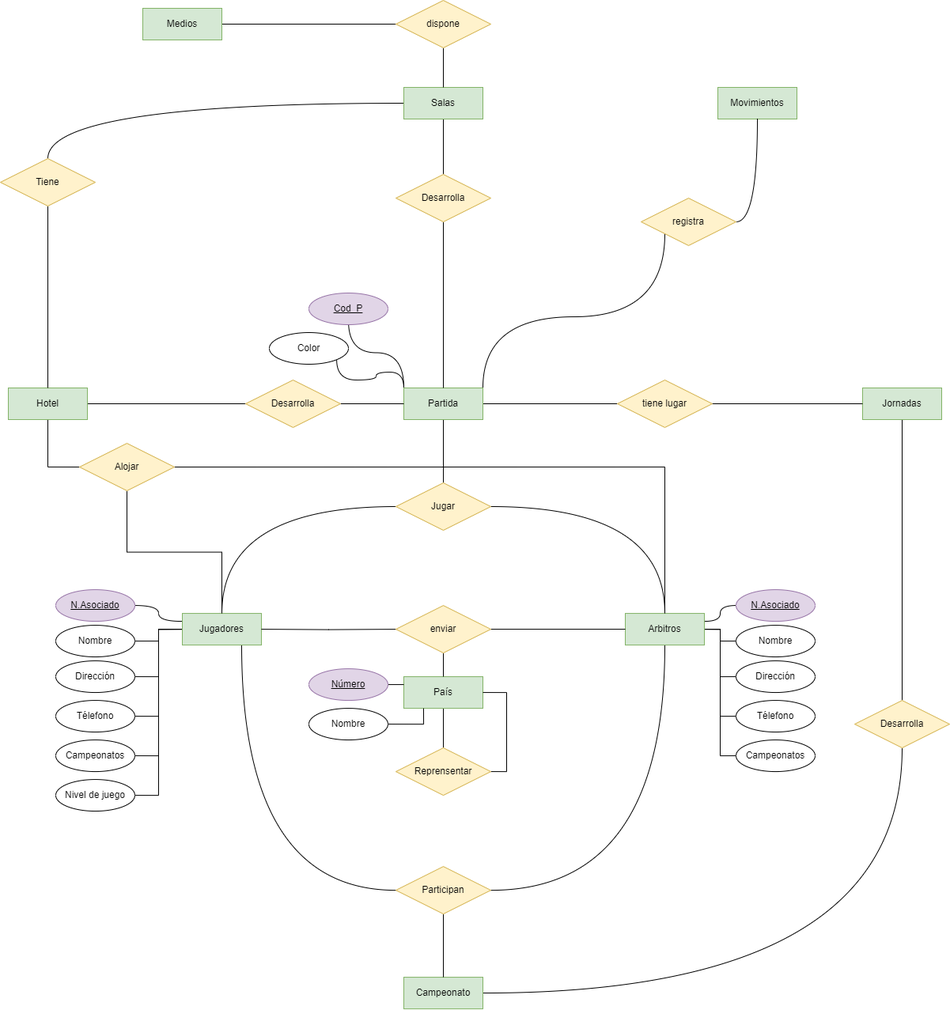
Earlier version of the draw.io export Unidad-1/Tareas/Tarea-evaluable2/tarea_evaluable2.drawio.png (jdrguez/2-Daw). Source tidied: cells renumbered, new cells last; positions are measured from the earlier drawing's top-left corner, leaving out a move shared by most shapes.
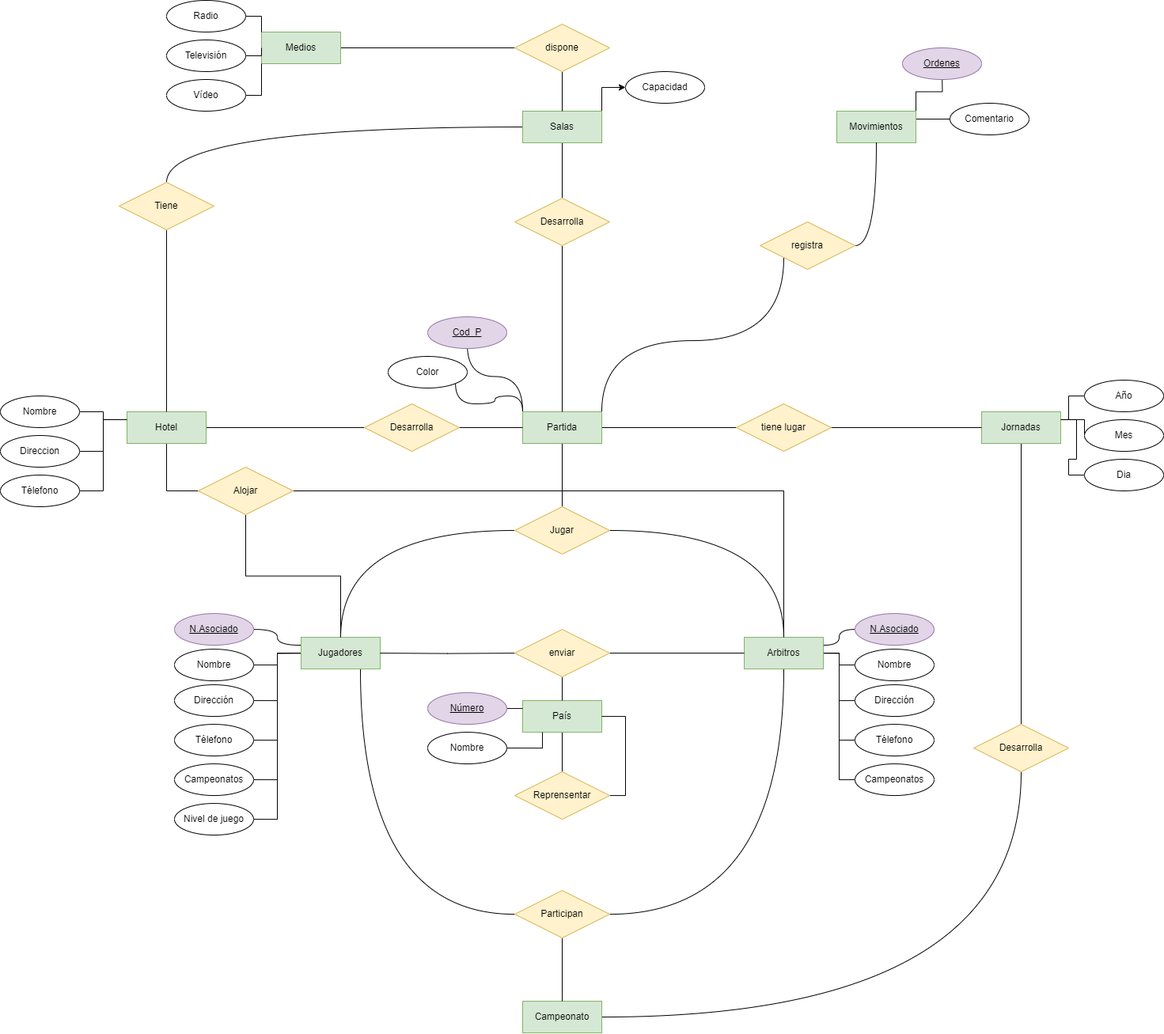
Later version of the same file.

Diff of the diagram source:
```diff
@@ -70,6 +70,9 @@
     <mxCell id="23" style="edgeStyle=orthogonalEdgeStyle;rounded=0;jettySize=auto;html=1;exitX=0;exitY=0.5;exitDx=0;exitDy=0;entryX=0.5;entryY=0;entryDx=0;entryDy=0;curved=1;endArrow=none;endFill=0;" parent="1" edge="1" source="24" target="42">
       <mxGeometry relative="1" as="geometry" />
     </mxCell>
+    <mxCell id="82" style="edgeStyle=orthogonalEdgeStyle;rounded=0;jettySize=auto;html=1;exitX=1;exitY=0;exitDx=0;exitDy=0;entryX=0;entryY=0.5;entryDx=0;entryDy=0;" parent="1" edge="1" source="24" target="99">
+      <mxGeometry relative="1" as="geometry" />
+    </mxCell>
     <mxCell id="24" value="Salas" style="whiteSpace=wrap;html=1;align=center;fillColor=#d5e8d4;strokeColor=#82b366;" parent="1" vertex="1">
       <mxGeometry x="510" y="110" width="100" height="40" as="geometry" />
     </mxCell>
@@ -103,6 +106,12 @@
     <mxCell id="34" value="Desarrolla" style="shape=rhombus;perimeter=rhombusPerimeter;whiteSpace=wrap;html=1;align=center;fillColor=#fff2cc;strokeColor=#d6b656;" parent="1" vertex="1">
       <mxGeometry x="1080" y="885.1" width="120" height="60" as="geometry" />
     </mxCell>
+    <mxCell id="83" style="edgeStyle=orthogonalEdgeStyle;rounded=0;jettySize=auto;html=1;exitX=1;exitY=0.25;exitDx=0;exitDy=0;entryX=0;entryY=0.5;entryDx=0;entryDy=0;endArrow=none;endFill=0;" parent="1" edge="1" source="35" target="95">
+      <mxGeometry relative="1" as="geometry" />
+    </mxCell>
+    <mxCell id="84" style="edgeStyle=orthogonalEdgeStyle;rounded=0;jettySize=auto;html=1;exitX=1;exitY=0.25;exitDx=0;exitDy=0;entryX=0;entryY=0.5;entryDx=0;entryDy=0;endArrow=none;endFill=0;" parent="1" edge="1" source="35" target="96">
+      <mxGeometry relative="1" as="geometry" />
+    </mxCell>
     <mxCell id="35" value="Jornadas" style="whiteSpace=wrap;html=1;align=center;fillColor=#d5e8d4;strokeColor=#82b366;" parent="1" vertex="1">
       <mxGeometry x="1090" y="490" width="100" height="40" as="geometry" />
     </mxCell>
@@ -118,6 +127,12 @@
     <mxCell id="39" style="edgeStyle=orthogonalEdgeStyle;rounded=0;jettySize=auto;html=1;exitX=0.5;exitY=1;exitDx=0;exitDy=0;entryX=0;entryY=0.5;entryDx=0;entryDy=0;endArrow=none;endFill=0;" parent="1" edge="1" source="40" target="81">
       <mxGeometry relative="1" as="geometry" />
     </mxCell>
+    <mxCell id="85" style="edgeStyle=orthogonalEdgeStyle;rounded=0;jettySize=auto;html=1;exitX=0;exitY=0.25;exitDx=0;exitDy=0;entryX=1;entryY=0.5;entryDx=0;entryDy=0;endArrow=none;endFill=0;" parent="1" edge="1" source="40" target="91">
+      <mxGeometry relative="1" as="geometry" />
+    </mxCell>
+    <mxCell id="86" style="edgeStyle=orthogonalEdgeStyle;rounded=0;jettySize=auto;html=1;exitX=0;exitY=0.25;exitDx=0;exitDy=0;entryX=1;entryY=0.5;entryDx=0;entryDy=0;endArrow=none;endFill=0;" parent="1" edge="1" source="40" target="92">
+      <mxGeometry relative="1" as="geometry" />
+    </mxCell>
     <mxCell id="40" value="Hotel" style="whiteSpace=wrap;html=1;align=center;fillColor=#d5e8d4;strokeColor=#82b366;" parent="1" vertex="1">
       <mxGeometry x="10" y="490" width="100" height="40" as="geometry" />
     </mxCell>
@@ -171,6 +186,16 @@
     <mxCell id="56" value="Reprensentar" style="shape=rhombus;perimeter=rhombusPerimeter;whiteSpace=wrap;html=1;align=center;fillColor=#fff2cc;strokeColor=#d6b656;" parent="1" vertex="1">
       <mxGeometry x="500" y="945.1" width="120" height="60" as="geometry" />
     </mxCell>
+    <mxCell id="87" style="edgeStyle=orthogonalEdgeStyle;rounded=0;jettySize=auto;html=1;exitX=1;exitY=0;exitDx=0;exitDy=0;" parent="1" edge="1" source="57">
+      <mxGeometry relative="1" as="geometry">
+        <mxPoint x="1040" y="60" as="targetPoint" />
+      </mxGeometry>
+    </mxCell>
+    <mxCell id="88" style="edgeStyle=orthogonalEdgeStyle;rounded=0;jettySize=auto;html=1;exitX=1;exitY=0.25;exitDx=0;exitDy=0;" parent="1" edge="1" source="57">
+      <mxGeometry relative="1" as="geometry">
+        <mxPoint x="1060" y="119.9" as="targetPoint" />
+      </mxGeometry>
+    </mxCell>
     <mxCell id="57" value="Movimientos" style="whiteSpace=wrap;html=1;align=center;fillColor=#d5e8d4;strokeColor=#82b366;" parent="1" vertex="1">
       <mxGeometry x="907" y="110" width="100" height="40" as="geometry" />
     </mxCell>
@@ -246,5 +271,56 @@
     <mxCell id="81" value="Alojar" style="shape=rhombus;perimeter=rhombusPerimeter;whiteSpace=wrap;html=1;align=center;fillColor=#fff2cc;strokeColor=#d6b656;" parent="1" vertex="1">
       <mxGeometry x="100" y="560" width="120" height="60" as="geometry" />
     </mxCell>
+    <mxCell id="89" style="edgeStyle=orthogonalEdgeStyle;rounded=0;jettySize=auto;html=1;exitX=1;exitY=0.5;exitDx=0;exitDy=0;entryX=0;entryY=0.25;entryDx=0;entryDy=0;endArrow=none;endFill=0;" parent="1" edge="1" source="90" target="40">
+      <mxGeometry relative="1" as="geometry" />
+    </mxCell>
+    <mxCell id="90" value="Nombre" style="ellipse;whiteSpace=wrap;html=1;align=center;" parent="1" vertex="1">
+      <mxGeometry x="-150" y="470" width="100" height="40" as="geometry" />
+    </mxCell>
+    <mxCell id="91" value="Direccion" style="ellipse;whiteSpace=wrap;html=1;align=center;" parent="1" vertex="1">
+      <mxGeometry x="-150" y="520" width="100" height="40" as="geometry" />
+    </mxCell>
+    <mxCell id="92" value="Télefono" style="ellipse;whiteSpace=wrap;html=1;align=center;" parent="1" vertex="1">
+      <mxGeometry x="-150" y="570" width="100" height="40" as="geometry" />
+    </mxCell>
+    <mxCell id="93" style="edgeStyle=orthogonalEdgeStyle;rounded=0;jettySize=auto;html=1;exitX=0;exitY=0.5;exitDx=0;exitDy=0;entryX=1;entryY=0.25;entryDx=0;entryDy=0;endArrow=none;endFill=0;" parent="1" edge="1" source="94" target="35">
+      <mxGeometry relative="1" as="geometry" />
+    </mxCell>
+    <mxCell id="94" value="Año" style="ellipse;whiteSpace=wrap;html=1;align=center;" parent="1" vertex="1">
+      <mxGeometry x="1220" y="450" width="100" height="40" as="geometry" />
+    </mxCell>
+    <mxCell id="95" value="Mes" style="ellipse;whiteSpace=wrap;html=1;align=center;" parent="1" vertex="1">
+      <mxGeometry x="1220" y="500" width="100" height="40" as="geometry" />
+    </mxCell>
+    <mxCell id="96" value="Dia" style="ellipse;whiteSpace=wrap;html=1;align=center;" parent="1" vertex="1">
+      <mxGeometry x="1220" y="550" width="100" height="40" as="geometry" />
+    </mxCell>
+    <mxCell id="97" value="Ordenes" style="ellipse;whiteSpace=wrap;html=1;align=center;fontStyle=4;fillColor=#e1d5e7;strokeColor=#9673a6;" parent="1" vertex="1">
+      <mxGeometry x="990" y="30" width="100" height="40" as="geometry" />
+    </mxCell>
+    <mxCell id="98" value="Comentario" style="ellipse;whiteSpace=wrap;html=1;align=center;" parent="1" vertex="1">
+      <mxGeometry x="1050" y="100" width="100" height="40" as="geometry" />
+    </mxCell>
+    <mxCell id="99" value="Capacidad" style="ellipse;whiteSpace=wrap;html=1;align=center;" parent="1" vertex="1">
+      <mxGeometry x="640" y="60" width="100" height="40" as="geometry" />
+    </mxCell>
+    <mxCell id="100" style="edgeStyle=orthogonalEdgeStyle;rounded=0;jettySize=auto;html=1;exitX=1;exitY=0.5;exitDx=0;exitDy=0;entryX=0;entryY=0;entryDx=0;entryDy=0;endArrow=none;endFill=0;" parent="1" edge="1" source="101" target="46">
+      <mxGeometry relative="1" as="geometry" />
+    </mxCell>
+    <mxCell id="101" value="Radio" style="ellipse;whiteSpace=wrap;html=1;align=center;" parent="1" vertex="1">
+      <mxGeometry x="60" y="-30" width="100" height="40" as="geometry" />
+    </mxCell>
+    <mxCell id="102" style="edgeStyle=orthogonalEdgeStyle;rounded=0;jettySize=auto;html=1;exitX=1;exitY=0.5;exitDx=0;exitDy=0;entryX=0;entryY=0.5;entryDx=0;entryDy=0;endArrow=none;endFill=0;" parent="1" edge="1" source="103" target="46">
+      <mxGeometry relative="1" as="geometry" />
+    </mxCell>
+    <mxCell id="103" value="Televisión" style="ellipse;whiteSpace=wrap;html=1;align=center;" parent="1" vertex="1">
+      <mxGeometry x="60" y="20" width="100" height="40" as="geometry" />
+    </mxCell>
+    <mxCell id="104" style="edgeStyle=orthogonalEdgeStyle;rounded=0;jettySize=auto;html=1;exitX=1;exitY=0.5;exitDx=0;exitDy=0;entryX=0;entryY=1;entryDx=0;entryDy=0;endArrow=none;endFill=0;" parent="1" edge="1" source="105" target="46">
+      <mxGeometry relative="1" as="geometry" />
+    </mxCell>
+    <mxCell id="105" value="Vídeo" style="ellipse;whiteSpace=wrap;html=1;align=center;" parent="1" vertex="1">
+      <mxGeometry x="60" y="70" width="100" height="40" as="geometry" />
+    </mxCell>
   </root>
 </mxGraphModel>
```
